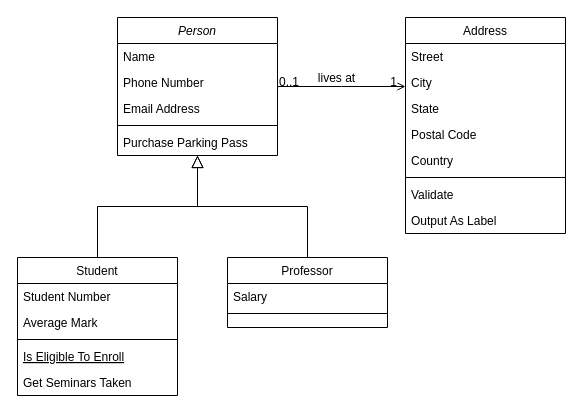
vinnnna/web keeps this draw.io diagram as Untitled Diagram.drawio. Above is the earlier version. Source tidied: cells renumbered, new cells numbered last; positions are measured from the earlier drawing's top-left corner, leaving out a move shared by most shapes. Both pictures are drawn from the tidied source at 100%, with x=0, y=0 at pixel (17, 17).
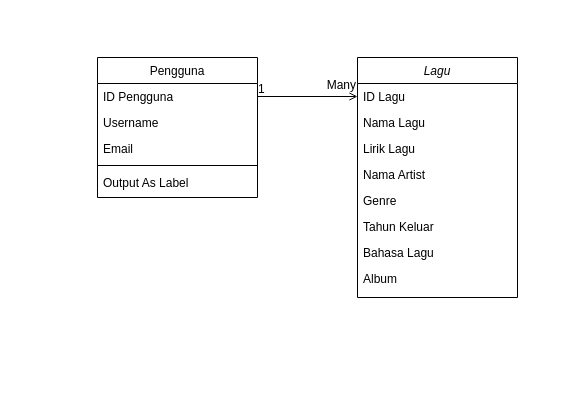
Above is the later version.

What changed in the source:
```diff
@@
-    <mxCell id="2" value="Person" style="swimlane;fontStyle=2;align=center;verticalAlign=top;horizontal=1;startSize=26;rounded=0;shadow=0;strokeWidth=1;" parent="1" vertex="1">
-      <mxGeometry x="100" width="160" height="138" as="geometry" />
+    <mxCell id="2" value="Lagu" style="swimlane;fontStyle=2;align=center;verticalAlign=top;horizontal=1;startSize=26;rounded=0;shadow=0;strokeWidth=1;" parent="1" vertex="1">
+      <mxGeometry x="340" y="40" width="160" height="240" as="geometry" />
     </mxCell>
-    <mxCell id="3" value="Name" style="text;align=left;verticalAlign=top;spacingLeft=4;spacingRight=4;overflow=hidden;points=[[0,0.5],[1,0.5]];portConstraint=eastwest;" parent="2" vertex="1">
+    <mxCell id="3" value="ID Lagu" style="text;align=left;verticalAlign=top;spacingLeft=4;spacingRight=4;overflow=hidden;points=[[0,0.5],[1,0.5]];portConstraint=eastwest;" parent="2" vertex="1">
       <mxGeometry y="26" width="160" height="26" as="geometry" />
     </mxCell>
-    <mxCell id="4" value="Phone Number" style="text;align=left;verticalAlign=top;spacingLeft=4;spacingRight=4;overflow=hidden;rounded=0;shadow=0;html=0;" parent="2" vertex="1">
+    <mxCell id="4" value="Nama Lagu" style="text;align=left;verticalAlign=top;spacingLeft=4;spacingRight=4;overflow=hidden;rounded=0;shadow=0;html=0;" parent="2" vertex="1">
       <mxGeometry y="52" width="160" height="26" as="geometry" />
     </mxCell>
-    <mxCell id="5" value="Email Address" style="text;align=left;verticalAlign=top;spacingLeft=4;spacingRight=4;overflow=hidden;rounded=0;shadow=0;html=0;" parent="2" vertex="1">
+    <mxCell id="5" value="Lirik Lagu" style="text;align=left;verticalAlign=top;spacingLeft=4;spacingRight=4;overflow=hidden;rounded=0;shadow=0;html=0;" parent="2" vertex="1">
       <mxGeometry y="78" width="160" height="26" as="geometry" />
     </mxCell>
-    <mxCell id="6" style="line;html=1;strokeWidth=1;align=left;verticalAlign=middle;spacingTop=-1;spacingLeft=3;spacingRight=3;labelPosition=right;" parent="2" vertex="1">
-      <mxGeometry y="104" width="160" height="8" as="geometry" />
-    </mxCell>
-    <mxCell id="7" value="Purchase Parking Pass" style="text;align=left;verticalAlign=top;spacingLeft=4;spacingRight=4;overflow=hidden;" parent="2" vertex="1">
-      <mxGeometry y="112" width="160" height="26" as="geometry" />
-    </mxCell>
-    <mxCell id="8" value="Student" style="swimlane;fontStyle=0;align=center;verticalAlign=top;horizontal=1;startSize=26;rounded=0;shadow=0;strokeWidth=1;" parent="1" vertex="1">
-      <mxGeometry y="240" width="160" height="138" as="geometry" />
-    </mxCell>
-    <mxCell id="9" value="Student Number" style="text;align=left;verticalAlign=top;spacingLeft=4;spacingRight=4;overflow=hidden;" parent="8" vertex="1">
-      <mxGeometry y="26" width="160" height="26" as="geometry" />
-    </mxCell>
-    <mxCell id="10" value="Average Mark" style="text;align=left;verticalAlign=top;spacingLeft=4;spacingRight=4;overflow=hidden;rounded=0;shadow=0;html=0;" parent="8" vertex="1">
-      <mxGeometry y="52" width="160" height="26" as="geometry" />
-    </mxCell>
-    <mxCell id="11" style="line;html=1;strokeWidth=1;align=left;verticalAlign=middle;spacingTop=-1;spacingLeft=3;spacingRight=3;labelPosition=right;" parent="8" vertex="1">
-      <mxGeometry y="78" width="160" height="8" as="geometry" />
-    </mxCell>
-    <mxCell id="12" value="Is Eligible To Enroll" style="text;align=left;verticalAlign=top;spacingLeft=4;spacingRight=4;overflow=hidden;fontStyle=4;" parent="8" vertex="1">
-      <mxGeometry y="86" width="160" height="26" as="geometry" />
-    </mxCell>
-    <mxCell id="13" value="Get Seminars Taken" style="text;align=left;verticalAlign=top;spacingLeft=4;spacingRight=4;overflow=hidden;" parent="8" vertex="1">
-      <mxGeometry y="112" width="160" height="26" as="geometry" />
-    </mxCell>
-    <mxCell id="14" style="endArrow=block;endSize=10;endFill=0;shadow=0;strokeWidth=1;rounded=0;edgeStyle=elbowEdgeStyle;elbow=vertical;" parent="1" edge="1" source="8" target="2">
-      <mxGeometry relative="1" as="geometry" />
-    </mxCell>
-    <mxCell id="15" value="Professor" style="swimlane;fontStyle=0;align=center;verticalAlign=top;horizontal=1;startSize=26;rounded=0;shadow=0;strokeWidth=1;" parent="1" vertex="1">
-      <mxGeometry x="210" y="240" width="160" height="70" as="geometry" />
-    </mxCell>
-    <mxCell id="16" value="Salary" style="text;align=left;verticalAlign=top;spacingLeft=4;spacingRight=4;overflow=hidden;" parent="15" vertex="1">
-      <mxGeometry y="26" width="160" height="26" as="geometry" />
-    </mxCell>
-    <mxCell id="17" style="line;html=1;strokeWidth=1;align=left;verticalAlign=middle;spacingTop=-1;spacingLeft=3;spacingRight=3;labelPosition=right;" parent="15" vertex="1">
-      <mxGeometry y="52" width="160" height="8" as="geometry" />
-    </mxCell>
-    <mxCell id="18" style="endArrow=block;endSize=10;endFill=0;shadow=0;strokeWidth=1;rounded=0;edgeStyle=elbowEdgeStyle;elbow=vertical;" parent="1" edge="1" source="15" target="2">
-      <mxGeometry relative="1" as="geometry" />
-    </mxCell>
+    <mxCell id="32" value="Nama Artist" style="text;align=left;verticalAlign=top;spacingLeft=4;spacingRight=4;overflow=hidden;rounded=0;shadow=0;html=0;" parent="2" vertex="1">
+      <mxGeometry y="104" width="160" height="26" as="geometry" />
+    </mxCell>
+    <mxCell id="33" value="Genre" style="text;align=left;verticalAlign=top;spacingLeft=4;spacingRight=4;overflow=hidden;rounded=0;shadow=0;html=0;" parent="2" vertex="1">
+      <mxGeometry y="130" width="160" height="26" as="geometry" />
+    </mxCell>
+    <mxCell id="34" value="Tahun Keluar" style="text;align=left;verticalAlign=top;spacingLeft=4;spacingRight=4;overflow=hidden;rounded=0;shadow=0;html=0;" parent="2" vertex="1">
+      <mxGeometry y="156" width="160" height="26" as="geometry" />
+    </mxCell>
+    <mxCell id="35" value="Bahasa Lagu" style="text;align=left;verticalAlign=top;spacingLeft=4;spacingRight=4;overflow=hidden;rounded=0;shadow=0;html=0;" parent="2" vertex="1">
+      <mxGeometry y="182" width="160" height="26" as="geometry" />
+    </mxCell>
+    <mxCell id="36" value="Album" style="text;align=left;verticalAlign=top;spacingLeft=4;spacingRight=4;overflow=hidden;rounded=0;shadow=0;html=0;" parent="2" vertex="1">
+      <mxGeometry y="208" width="160" height="26" as="geometry" />
+    </mxCell>
-    <mxCell id="19" value="Address" style="swimlane;fontStyle=0;align=center;verticalAlign=top;horizontal=1;startSize=26;rounded=0;shadow=0;strokeWidth=1;" parent="1" vertex="1">
-      <mxGeometry x="388" width="160" height="216" as="geometry" />
+    <mxCell id="19" value="Pengguna" style="swimlane;fontStyle=0;align=center;verticalAlign=top;horizontal=1;startSize=26;rounded=0;shadow=0;strokeWidth=1;" parent="1" vertex="1">
+      <mxGeometry x="80" y="40" width="160" height="140" as="geometry" />
     </mxCell>
-    <mxCell id="20" value="Street" style="text;align=left;verticalAlign=top;spacingLeft=4;spacingRight=4;overflow=hidden;points=[[0,0.5],[1,0.5]];portConstraint=eastwest;" parent="19" vertex="1">
+    <mxCell id="20" value="ID Pengguna" style="text;align=left;verticalAlign=top;spacingLeft=4;spacingRight=4;overflow=hidden;points=[[0,0.5],[1,0.5]];portConstraint=eastwest;" parent="19" vertex="1">
       <mxGeometry y="26" width="160" height="26" as="geometry" />
     </mxCell>
-    <mxCell id="21" value="City" style="text;align=left;verticalAlign=top;spacingLeft=4;spacingRight=4;overflow=hidden;rounded=0;shadow=0;html=0;" parent="19" vertex="1">
+    <mxCell id="21" value="Username" style="text;align=left;verticalAlign=top;spacingLeft=4;spacingRight=4;overflow=hidden;rounded=0;shadow=0;html=0;" parent="19" vertex="1">
       <mxGeometry y="52" width="160" height="26" as="geometry" />
     </mxCell>
-    <mxCell id="22" value="State" style="text;align=left;verticalAlign=top;spacingLeft=4;spacingRight=4;overflow=hidden;rounded=0;shadow=0;html=0;" parent="19" vertex="1">
+    <mxCell id="22" value="Email" style="text;align=left;verticalAlign=top;spacingLeft=4;spacingRight=4;overflow=hidden;rounded=0;shadow=0;html=0;" parent="19" vertex="1">
       <mxGeometry y="78" width="160" height="26" as="geometry" />
     </mxCell>
-    <mxCell id="23" value="Postal Code" style="text;align=left;verticalAlign=top;spacingLeft=4;spacingRight=4;overflow=hidden;rounded=0;shadow=0;html=0;" parent="19" vertex="1">
-      <mxGeometry y="104" width="160" height="26" as="geometry" />
-    </mxCell>
-    <mxCell id="24" value="Country" style="text;align=left;verticalAlign=top;spacingLeft=4;spacingRight=4;overflow=hidden;rounded=0;shadow=0;html=0;" parent="19" vertex="1">
-      <mxGeometry y="130" width="160" height="26" as="geometry" />
-    </mxCell>
     <mxCell id="25" style="line;html=1;strokeWidth=1;align=left;verticalAlign=middle;spacingTop=-1;spacingLeft=3;spacingRight=3;labelPosition=right;" parent="19" vertex="1">
-      <mxGeometry y="156" width="160" height="8" as="geometry" />
+      <mxGeometry y="104" width="160" height="8" as="geometry" />
     </mxCell>
-    <mxCell id="26" value="Validate" style="text;align=left;verticalAlign=top;spacingLeft=4;spacingRight=4;overflow=hidden;" parent="19" vertex="1">
-      <mxGeometry y="164" width="160" height="26" as="geometry" />
-    </mxCell>
     <mxCell id="27" value="Output As Label" style="text;align=left;verticalAlign=top;spacingLeft=4;spacingRight=4;overflow=hidden;" parent="19" vertex="1">
-      <mxGeometry y="190" width="160" height="26" as="geometry" />
+      <mxGeometry y="112" width="160" height="26" as="geometry" />
     </mxCell>
-    <mxCell id="28" style="endArrow=open;shadow=0;strokeWidth=1;rounded=0;endFill=1;edgeStyle=elbowEdgeStyle;elbow=vertical;" parent="1" edge="1" source="2" target="19">
+    <mxCell id="28" style="endArrow=open;shadow=0;strokeWidth=1;rounded=0;endFill=1;edgeStyle=elbowEdgeStyle;elbow=vertical;exitX=1;exitY=0.5;exitDx=0;exitDy=0;entryX=0;entryY=0.5;entryDx=0;entryDy=0;" parent="1" edge="1" source="20" target="3">
       <mxGeometry x="0.5" y="41" relative="1" as="geometry">
+        <Array as="points">
+          <mxPoint x="290" y="79" />
+          <mxPoint x="280" y="80" />
+        </Array>
         <mxPoint x="-40" y="32" as="offset" />
       </mxGeometry>
     </mxCell>
-    <mxCell id="29" value="0..1" style="align=left;verticalAlign=bottom;labelBackgroundColor=none;fontSize=12;" parent="28" vertex="1">
+    <mxCell id="29" value="1" style="align=left;verticalAlign=bottom;labelBackgroundColor=none;fontSize=12;" parent="28" vertex="1">
       <mxGeometry x="-1" relative="1" as="geometry">
-        <mxPoint y="4" as="offset" />
+        <mxPoint x="-1" y="1" as="offset" />
       </mxGeometry>
     </mxCell>
-    <mxCell id="30" value="1" style="align=right;verticalAlign=bottom;labelBackgroundColor=none;fontSize=12;" parent="28" vertex="1">
+    <mxCell id="30" value="Many" style="align=right;verticalAlign=bottom;labelBackgroundColor=none;fontSize=12;" parent="28" vertex="1">
       <mxGeometry x="1" relative="1" as="geometry">
-        <mxPoint x="-7" y="4" as="offset" />
+        <mxPoint y="-3" as="offset" />
       </mxGeometry>
     </mxCell>
-    <mxCell id="31" value="lives at" style="text;html=1;align=center;verticalAlign=middle;labelBackgroundColor=none;rounded=0;shadow=0;strokeWidth=1;fontSize=12;" parent="28" vertex="1">
-      <mxGeometry x="0.5" y="49" relative="1" as="geometry">
-        <mxPoint x="-38" y="40" as="offset" />
-      </mxGeometry>
-    </mxCell>
```
